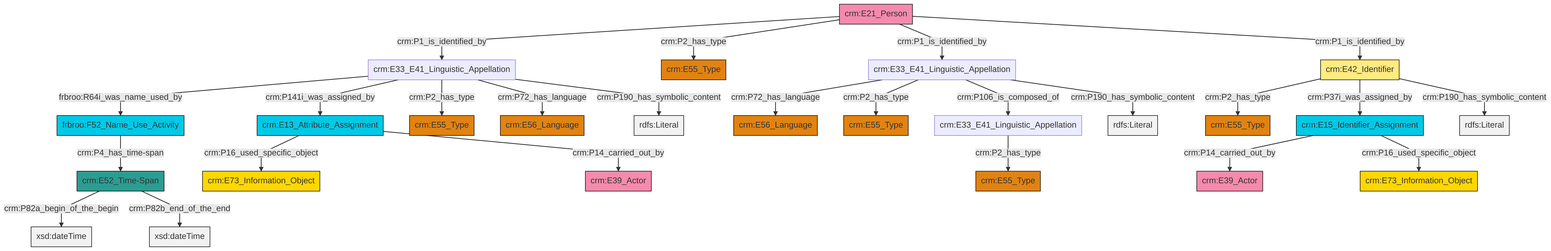
This is et/personCSV/ttl/mmd/png/Person_Names_and_Classification.png from swiss-art-research-net/reference-data-models, a Mermaid export, as it was before one commit. Its source is kept beside it as et/personCSV/ttl/mmd/Person_Names_and_Classification.ttl.mmd.
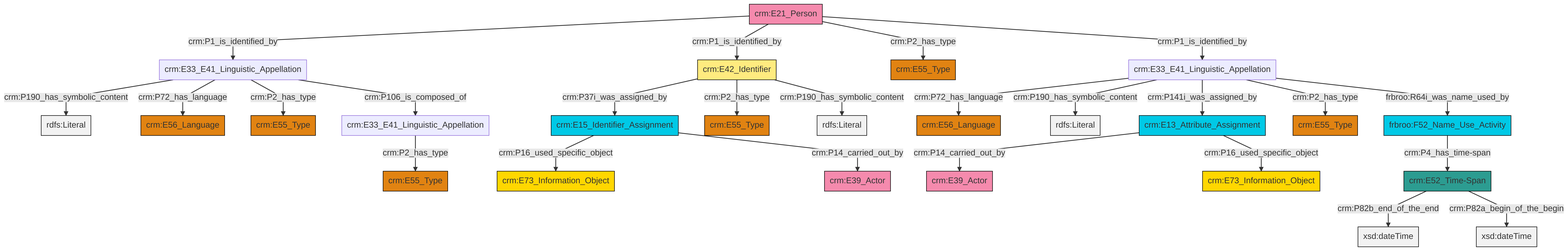
Above is the later version.

Change to the diagram source:
```diff
@@ -13,27 +13,27 @@
 classDef PC_Classes fill:#4ce600, stroke:#000000;
 classDef Multi fill:#cccccc,stroke:#000000;
 
-0["crm:E13_Attribute_Assignment"]:::Temporal_Entity -->|crm:P16_used_specific_object| 1["crm:E73_Information_Object"]:::Conceptual_Object
-0["crm:E13_Attribute_Assignment"]:::Temporal_Entity -->|crm:P14_carried_out_by| 4["crm:E39_Actor"]:::Actor
-5["crm:E33_E41_Linguistic_Appellation"]:::Default -->|frbroo:R64i_was_name_used_by| 6["frbroo:F52_Name_Use_Activity"]:::Temporal_Entity
-7["crm:E21_Person"]:::Actor -->|crm:P1_is_identified_by| 5["crm:E33_E41_Linguistic_Appellation"]:::Default
-5["crm:E33_E41_Linguistic_Appellation"]:::Default -->|crm:P141i_was_assigned_by| 0["crm:E13_Attribute_Assignment"]:::Temporal_Entity
-8["crm:E33_E41_Linguistic_Appellation"]:::Default -->|crm:P72_has_language| 9["crm:E56_Language"]:::Type
-10["crm:E42_Identifier"]:::Appellation -->|crm:P2_has_type| 11["crm:E55_Type"]:::Type
-5["crm:E33_E41_Linguistic_Appellation"]:::Default -->|crm:P2_has_type| 14["crm:E55_Type"]:::Type
-7["crm:E21_Person"]:::Actor -->|crm:P2_has_type| 18["crm:E55_Type"]:::Type
-6["frbroo:F52_Name_Use_Activity"]:::Temporal_Entity -->|crm:P4_has_time-span| 19["crm:E52_Time-Span"]:::Time-Span
-5["crm:E33_E41_Linguistic_Appellation"]:::Default -->|crm:P72_has_language| 23["crm:E56_Language"]:::Type
-7["crm:E21_Person"]:::Actor -->|crm:P1_is_identified_by| 8["crm:E33_E41_Linguistic_Appellation"]:::Default
-10["crm:E42_Identifier"]:::Appellation -->|crm:P37i_was_assigned_by| 27["crm:E15_Identifier_Assignment"]:::Temporal_Entity
-5["crm:E33_E41_Linguistic_Appellation"]:::Default -->|crm:P190_has_symbolic_content| 32[rdfs:Literal]:::Literal
-27["crm:E15_Identifier_Assignment"]:::Temporal_Entity -->|crm:P14_carried_out_by| 28["crm:E39_Actor"]:::Actor
-19["crm:E52_Time-Span"]:::Time-Span -->|crm:P82a_begin_of_the_begin| 34[xsd:dateTime]:::Literal
-19["crm:E52_Time-Span"]:::Time-Span -->|crm:P82b_end_of_the_end| 36[xsd:dateTime]:::Literal
-27["crm:E15_Identifier_Assignment"]:::Temporal_Entity -->|crm:P16_used_specific_object| 20["crm:E73_Information_Object"]:::Conceptual_Object
-10["crm:E42_Identifier"]:::Appellation -->|crm:P190_has_symbolic_content| 40[rdfs:Literal]:::Literal
-8["crm:E33_E41_Linguistic_Appellation"]:::Default -->|crm:P2_has_type| 12["crm:E55_Type"]:::Type
-8["crm:E33_E41_Linguistic_Appellation"]:::Default -->|crm:P106_is_composed_of| 2["crm:E33_E41_Linguistic_Appellation"]:::Default
-2["crm:E33_E41_Linguistic_Appellation"]:::Default -->|crm:P2_has_type| 15["crm:E55_Type"]:::Type
-7["crm:E21_Person"]:::Actor -->|crm:P1_is_identified_by| 10["crm:E42_Identifier"]:::Appellation
-8["crm:E33_E41_Linguistic_Appellation"]:::Default -->|crm:P190_has_symbolic_content| 45[rdfs:Literal]:::Literal
+0["crm:E33_E41_Linguistic_Appellation"]:::Default -->|crm:P190_has_symbolic_content| 1[rdfs:Literal]:::Literal
+10["crm:E52_Time-Span"]:::Time-Span -->|crm:P82b_end_of_the_end| 11[xsd:dateTime]:::Literal
+12["crm:E33_E41_Linguistic_Appellation"]:::Default -->|crm:P72_has_language| 8["crm:E56_Language"]:::Type
+13["crm:E13_Attribute_Assignment"]:::Temporal_Entity -->|crm:P14_carried_out_by| 14["crm:E39_Actor"]:::Actor
+12["crm:E33_E41_Linguistic_Appellation"]:::Default -->|crm:P190_has_symbolic_content| 17[rdfs:Literal]:::Literal
+20["crm:E15_Identifier_Assignment"]:::Temporal_Entity -->|crm:P16_used_specific_object| 2["crm:E73_Information_Object"]:::Conceptual_Object
+12["crm:E33_E41_Linguistic_Appellation"]:::Default -->|crm:P141i_was_assigned_by| 13["crm:E13_Attribute_Assignment"]:::Temporal_Entity
+24["crm:E21_Person"]:::Actor -->|crm:P1_is_identified_by| 0["crm:E33_E41_Linguistic_Appellation"]:::Default
+24["crm:E21_Person"]:::Actor -->|crm:P1_is_identified_by| 21["crm:E42_Identifier"]:::Appellation
+0["crm:E33_E41_Linguistic_Appellation"]:::Default -->|crm:P72_has_language| 18["crm:E56_Language"]:::Type
+13["crm:E13_Attribute_Assignment"]:::Temporal_Entity -->|crm:P16_used_specific_object| 30["crm:E73_Information_Object"]:::Conceptual_Object
+20["crm:E15_Identifier_Assignment"]:::Temporal_Entity -->|crm:P14_carried_out_by| 15["crm:E39_Actor"]:::Actor
+24["crm:E21_Person"]:::Actor -->|crm:P2_has_type| 25["crm:E55_Type"]:::Type
+28["frbroo:F52_Name_Use_Activity"]:::Temporal_Entity -->|crm:P4_has_time-span| 10["crm:E52_Time-Span"]:::Time-Span
+10["crm:E52_Time-Span"]:::Time-Span -->|crm:P82a_begin_of_the_begin| 35[xsd:dateTime]:::Literal
+0["crm:E33_E41_Linguistic_Appellation"]:::Default -->|crm:P2_has_type| 38["crm:E55_Type"]:::Type
+4["crm:E33_E41_Linguistic_Appellation"]:::Default -->|crm:P2_has_type| 33["crm:E55_Type"]:::Type
+21["crm:E42_Identifier"]:::Appellation -->|crm:P37i_was_assigned_by| 20["crm:E15_Identifier_Assignment"]:::Temporal_Entity
+24["crm:E21_Person"]:::Actor -->|crm:P1_is_identified_by| 12["crm:E33_E41_Linguistic_Appellation"]:::Default
+12["crm:E33_E41_Linguistic_Appellation"]:::Default -->|crm:P2_has_type| 6["crm:E55_Type"]:::Type
+12["crm:E33_E41_Linguistic_Appellation"]:::Default -->|frbroo:R64i_was_name_used_by| 28["frbroo:F52_Name_Use_Activity"]:::Temporal_Entity
+21["crm:E42_Identifier"]:::Appellation -->|crm:P2_has_type| 36["crm:E55_Type"]:::Type
+21["crm:E42_Identifier"]:::Appellation -->|crm:P190_has_symbolic_content| 42[rdfs:Literal]:::Literal
+0["crm:E33_E41_Linguistic_Appellation"]:::Default -->|crm:P106_is_composed_of| 4["crm:E33_E41_Linguistic_Appellation"]:::Default
```
